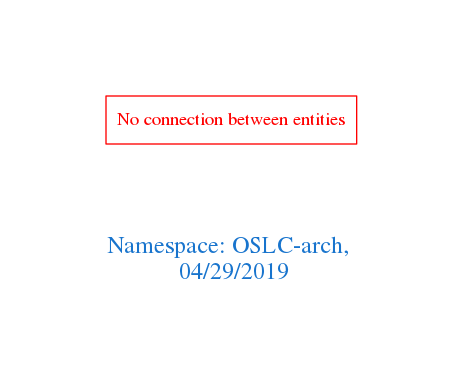
arago/OGIT keeps this Graphviz diagram as downloads/OSLC-arch.png. Above is the earlier version. Its source is kept beside it as downloads/OSLC-arch.dot.
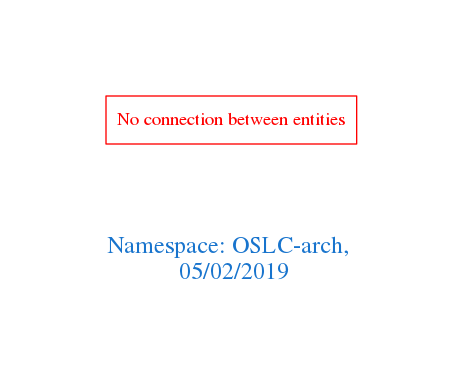
Above is the later version.

What changed in the source:
```diff
@@ -1,7 +1,7 @@
 digraph OGIT_ontology {
  graph [ rankdir= LR,pad=1
 fontsize = 18,
-fontcolor= dodgerblue3,label = "\n\n\nNamespace: OSLC-arch, \n 04/29/2019"];
+fontcolor= dodgerblue3,label = "\n\n\nNamespace: OSLC-arch, \n 05/02/2019"];
 node[shape=polygon];
 edge [  color="gray81"];
 
```
